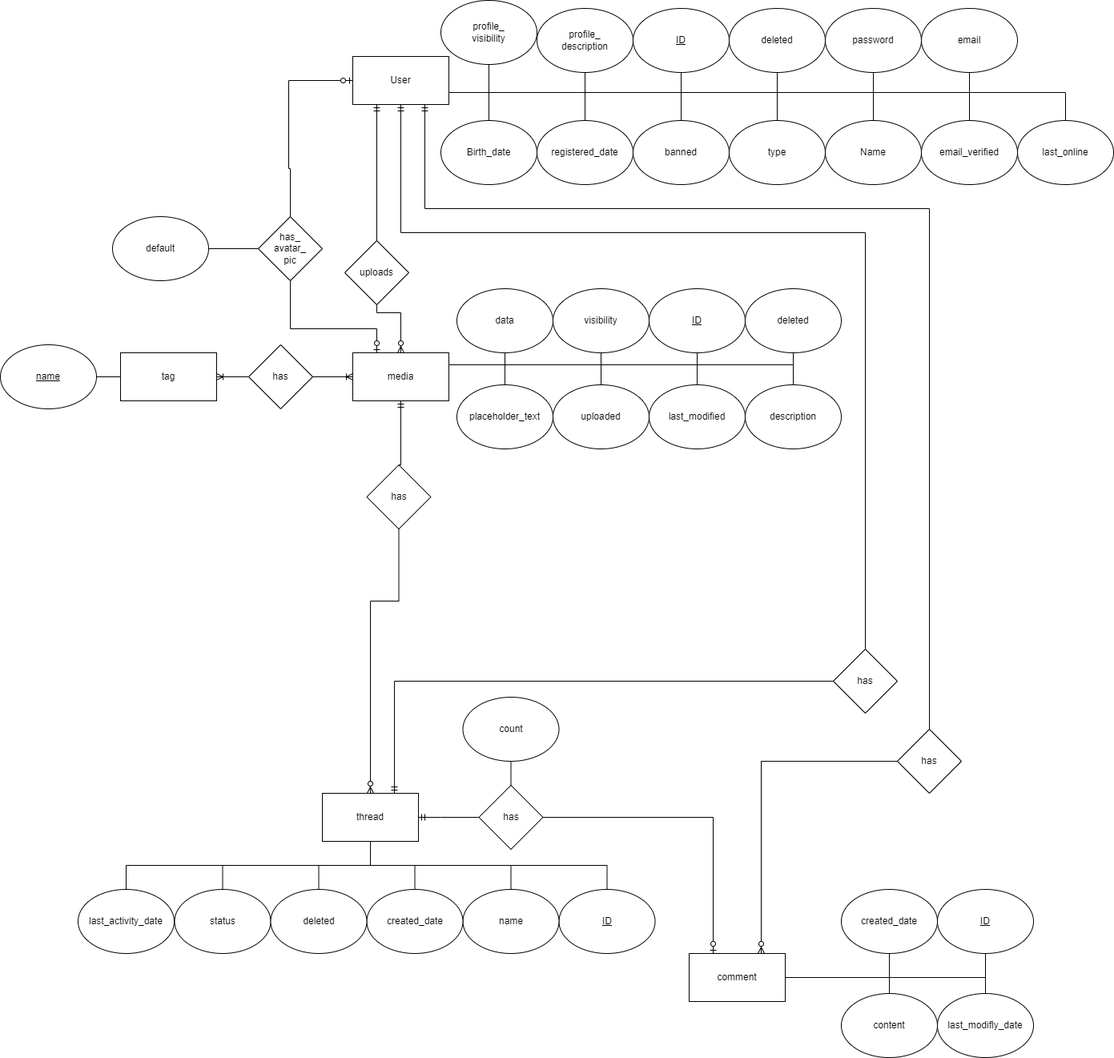
The draw.io diagram docs/dev/db/img/visual_posting_db_er_phase_02.drawio.png in gombosg21/vizsgaremek, before a commit. Source tidied: cells renumbered, new cells last; positions are measured from the earlier drawing's top-left corner, leaving out a move shared by most shapes.
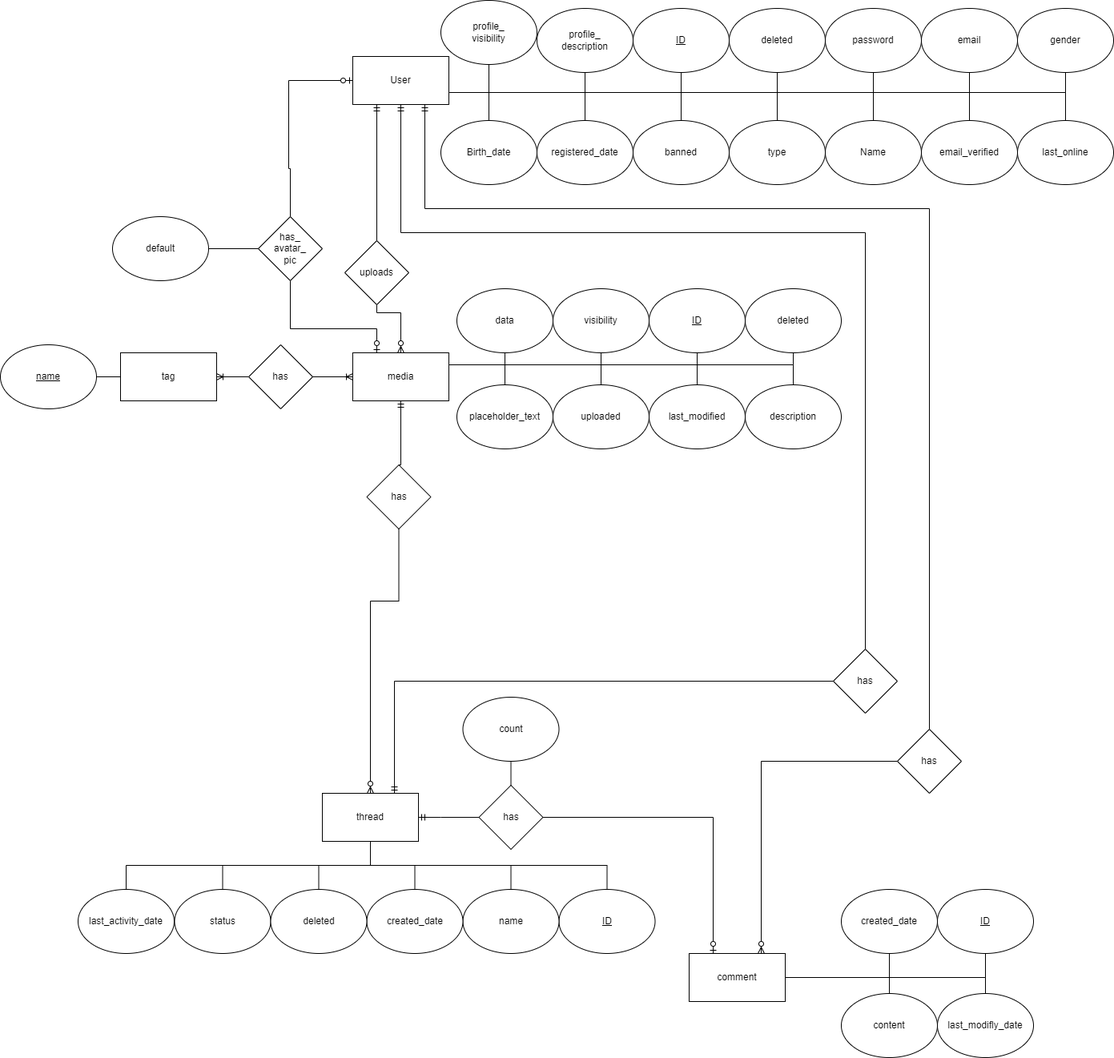
After the commit.

What changed in the source:
```diff
@@ -415,5 +415,11 @@
     <mxCell id="96" value="default" style="ellipse;whiteSpace=wrap;html=1;" parent="1" vertex="1">
       <mxGeometry x="140" y="270" width="120" height="80" as="geometry" />
     </mxCell>
+    <mxCell id="97" style="edgeStyle=orthogonalEdgeStyle;rounded=0;jettySize=auto;html=1;exitX=0.5;exitY=1;exitDx=0;exitDy=0;entryX=1;entryY=0.75;entryDx=0;entryDy=0;endArrow=none;endFill=0;" parent="1" edge="1" source="98" target="4">
+      <mxGeometry relative="1" as="geometry" />
+    </mxCell>
+    <mxCell id="98" value="gender" style="ellipse;whiteSpace=wrap;html=1;" parent="1" vertex="1">
+      <mxGeometry x="1270" y="10" width="120" height="80" as="geometry" />
+    </mxCell>
   </root>
 </mxGraphModel>
```
